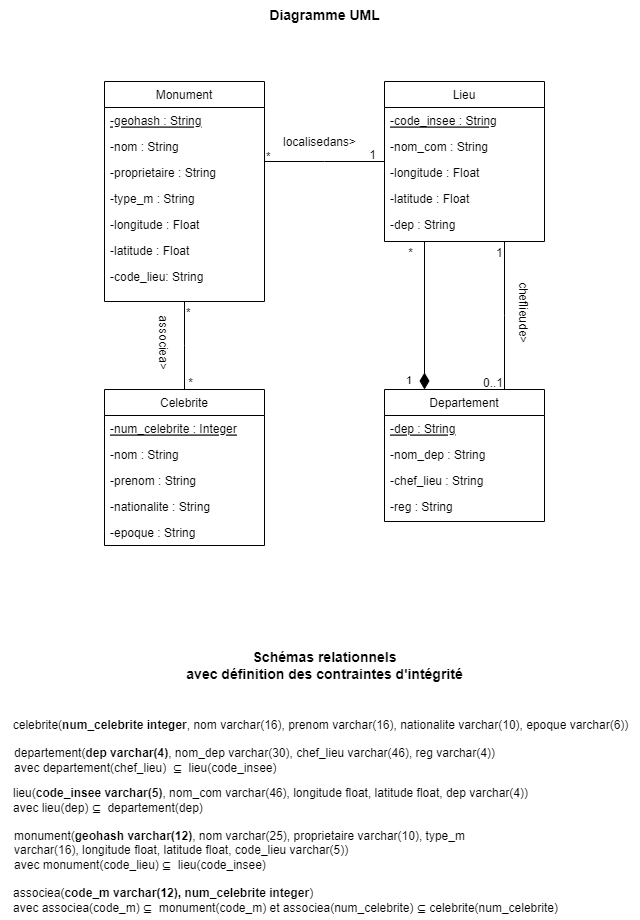
adrienm94/JavaEEProjetMonuments keeps this draw.io diagram as diagramme_de_classes_UML.drawio.png. Above is the earlier version. Source tidied: cells renumbered, new cells last; positions are measured from the earlier drawing's top-left corner, leaving out a move shared by most shapes. Source of this version:
```xml
<mxGraphModel>
  <root>
    <mxCell id="0" />
    <mxCell id="1" parent="0" />
    <mxCell id="2" value="Monument" style="swimlane;fontStyle=0;align=center;verticalAlign=top;horizontal=1;startSize=26;rounded=0;shadow=0;strokeWidth=1;" parent="1" vertex="1">
      <mxGeometry x="104" y="81" width="160" height="220" as="geometry" />
    </mxCell>
    <mxCell id="3" value="-geohash : String" style="text;align=left;verticalAlign=top;spacingLeft=4;spacingRight=4;overflow=hidden;fontStyle=4;" parent="2" vertex="1">
      <mxGeometry y="26" width="160" height="26" as="geometry" />
    </mxCell>
    <mxCell id="4" value="-nom : String" style="text;align=left;verticalAlign=top;spacingLeft=4;spacingRight=4;overflow=hidden;" parent="2" vertex="1">
      <mxGeometry y="52" width="160" height="26" as="geometry" />
    </mxCell>
    <mxCell id="5" value="-proprietaire : String" style="text;align=left;verticalAlign=top;spacingLeft=4;spacingRight=4;overflow=hidden;" parent="2" vertex="1">
      <mxGeometry y="78" width="160" height="26" as="geometry" />
    </mxCell>
    <mxCell id="6" value="-type_m : String" style="text;align=left;verticalAlign=top;spacingLeft=4;spacingRight=4;overflow=hidden;" parent="2" vertex="1">
      <mxGeometry y="104" width="160" height="26" as="geometry" />
    </mxCell>
    <mxCell id="7" value="-longitude : Float" style="text;align=left;verticalAlign=top;spacingLeft=4;spacingRight=4;overflow=hidden;" parent="2" vertex="1">
      <mxGeometry y="130" width="160" height="26" as="geometry" />
    </mxCell>
    <mxCell id="8" value="-latitude : Float" style="text;align=left;verticalAlign=top;spacingLeft=4;spacingRight=4;overflow=hidden;" parent="2" vertex="1">
      <mxGeometry y="156" width="160" height="26" as="geometry" />
    </mxCell>
    <mxCell id="9" value="-code_lieu: String" style="text;align=left;verticalAlign=top;spacingLeft=4;spacingRight=4;overflow=hidden;" parent="2" vertex="1">
      <mxGeometry y="182" width="160" height="38" as="geometry" />
    </mxCell>
    <mxCell id="10" value="Celebrite" style="swimlane;fontStyle=0;align=center;verticalAlign=top;horizontal=1;startSize=26;rounded=0;shadow=0;strokeWidth=1;" parent="1" vertex="1">
      <mxGeometry x="104" y="389" width="160" height="156" as="geometry" />
    </mxCell>
    <mxCell id="11" value="-num_celebrite : Integer" style="text;align=left;verticalAlign=top;spacingLeft=4;spacingRight=4;overflow=hidden;fontStyle=4;" parent="10" vertex="1">
      <mxGeometry y="26" width="160" height="26" as="geometry" />
    </mxCell>
    <mxCell id="12" value="-nom : String" style="text;align=left;verticalAlign=top;spacingLeft=4;spacingRight=4;overflow=hidden;rounded=0;shadow=0;html=0;" parent="10" vertex="1">
      <mxGeometry y="52" width="160" height="26" as="geometry" />
    </mxCell>
    <mxCell id="13" value="-prenom : String" style="text;align=left;verticalAlign=top;spacingLeft=4;spacingRight=4;overflow=hidden;rounded=0;shadow=0;html=0;" parent="10" vertex="1">
      <mxGeometry y="78" width="160" height="26" as="geometry" />
    </mxCell>
    <mxCell id="14" value="-nationalite : String" style="text;align=left;verticalAlign=top;spacingLeft=4;spacingRight=4;overflow=hidden;rounded=0;shadow=0;html=0;" parent="10" vertex="1">
      <mxGeometry y="104" width="160" height="26" as="geometry" />
    </mxCell>
    <mxCell id="15" value="-epoque : String" style="text;align=left;verticalAlign=top;spacingLeft=4;spacingRight=4;overflow=hidden;rounded=0;shadow=0;html=0;" parent="10" vertex="1">
      <mxGeometry y="130" width="160" height="26" as="geometry" />
    </mxCell>
    <mxCell id="16" value="Departement" style="swimlane;fontStyle=0;align=center;verticalAlign=top;horizontal=1;startSize=26;rounded=0;shadow=0;strokeWidth=1;" parent="1" vertex="1">
      <mxGeometry x="384" y="389" width="160" height="132" as="geometry" />
    </mxCell>
    <mxCell id="17" value="-dep : String" style="text;align=left;verticalAlign=top;spacingLeft=4;spacingRight=4;overflow=hidden;fontStyle=4;" parent="16" vertex="1">
      <mxGeometry y="26" width="160" height="26" as="geometry" />
    </mxCell>
    <mxCell id="18" value="-nom_dep : String" style="text;align=left;verticalAlign=top;spacingLeft=4;spacingRight=4;overflow=hidden;rounded=0;shadow=0;html=0;" parent="16" vertex="1">
      <mxGeometry y="52" width="160" height="26" as="geometry" />
    </mxCell>
    <mxCell id="19" value="-chef_lieu : String" style="text;align=left;verticalAlign=top;spacingLeft=4;spacingRight=4;overflow=hidden;rounded=0;shadow=0;html=0;" parent="16" vertex="1">
      <mxGeometry y="78" width="160" height="26" as="geometry" />
    </mxCell>
    <mxCell id="20" value="-reg : String" style="text;align=left;verticalAlign=top;spacingLeft=4;spacingRight=4;overflow=hidden;rounded=0;shadow=0;html=0;" parent="16" vertex="1">
      <mxGeometry y="104" width="160" height="26" as="geometry" />
    </mxCell>
    <mxCell id="21" value="Lieu" style="swimlane;fontStyle=0;align=center;verticalAlign=top;horizontal=1;startSize=26;rounded=0;shadow=0;strokeWidth=1;" parent="1" vertex="1">
      <mxGeometry x="384" y="81" width="160" height="160" as="geometry" />
    </mxCell>
    <mxCell id="22" value="-code_insee : String" style="text;align=left;verticalAlign=top;spacingLeft=4;spacingRight=4;overflow=hidden;fontStyle=4;" parent="21" vertex="1">
      <mxGeometry y="26" width="160" height="26" as="geometry" />
    </mxCell>
    <mxCell id="23" value="-nom_com : String " style="text;align=left;verticalAlign=top;spacingLeft=4;spacingRight=4;overflow=hidden;rounded=0;shadow=0;html=0;" parent="21" vertex="1">
      <mxGeometry y="52" width="160" height="26" as="geometry" />
    </mxCell>
    <mxCell id="24" value="-longitude : Float" style="text;align=left;verticalAlign=top;spacingLeft=4;spacingRight=4;overflow=hidden;rounded=0;shadow=0;html=0;" parent="21" vertex="1">
      <mxGeometry y="78" width="160" height="26" as="geometry" />
    </mxCell>
    <mxCell id="25" value="-latitude : Float" style="text;align=left;verticalAlign=top;spacingLeft=4;spacingRight=4;overflow=hidden;rounded=0;shadow=0;html=0;" parent="21" vertex="1">
      <mxGeometry y="104" width="160" height="26" as="geometry" />
    </mxCell>
    <mxCell id="26" value="-dep : String" style="text;align=left;verticalAlign=top;spacingLeft=4;spacingRight=4;overflow=hidden;rounded=0;shadow=0;html=0;" parent="21" vertex="1">
      <mxGeometry y="130" width="160" height="26" as="geometry" />
    </mxCell>
    <mxCell id="27" style="endArrow=none;shadow=0;strokeWidth=1;rounded=0;endFill=0;edgeStyle=elbowEdgeStyle;elbow=vertical;" parent="1" edge="1" source="2" target="21">
      <mxGeometry x="0.5" y="41" relative="1" as="geometry">
        <mxPoint x="-40" y="32" as="offset" />
      </mxGeometry>
    </mxCell>
    <mxCell id="28" value="*" style="align=left;verticalAlign=bottom;labelBackgroundColor=none;fontSize=12;" parent="27" vertex="1">
      <mxGeometry x="-1" relative="1" as="geometry">
        <mxPoint y="4" as="offset" />
      </mxGeometry>
    </mxCell>
    <mxCell id="29" value="1" style="align=right;verticalAlign=bottom;labelBackgroundColor=none;fontSize=12;" parent="27" vertex="1">
      <mxGeometry x="1" relative="1" as="geometry">
        <mxPoint x="-7" y="2" as="offset" />
      </mxGeometry>
    </mxCell>
    <mxCell id="30" value="localisedans&amp;gt;" style="text;html=1;align=center;verticalAlign=middle;labelBackgroundColor=none;rounded=0;shadow=0;strokeWidth=1;fontSize=12;" parent="27" vertex="1">
      <mxGeometry x="0.5" y="49" relative="1" as="geometry">
        <mxPoint x="-36" y="29" as="offset" />
      </mxGeometry>
    </mxCell>
    <mxCell id="31" value="associea&amp;gt;" style="text;html=1;align=center;verticalAlign=middle;labelBackgroundColor=none;rounded=0;shadow=0;strokeWidth=1;fontSize=12;rotation=90;" parent="27" vertex="1">
      <mxGeometry x="0.5" y="49" relative="1" as="geometry">
        <mxPoint x="-190" y="229" as="offset" />
      </mxGeometry>
    </mxCell>
    <mxCell id="32" value="*" style="align=right;verticalAlign=bottom;labelBackgroundColor=none;fontSize=12;" parent="27" vertex="1">
      <mxGeometry x="1" relative="1" as="geometry">
        <mxPoint x="30" y="100" as="offset" />
      </mxGeometry>
    </mxCell>
    <mxCell id="33" style="endArrow=none;shadow=0;strokeWidth=1;rounded=0;endFill=0;edgeStyle=elbowEdgeStyle;elbow=vertical;" parent="1" edge="1" source="2" target="10">
      <mxGeometry x="0.5" y="41" relative="1" as="geometry">
        <mxPoint x="-40" y="32" as="offset" />
      </mxGeometry>
    </mxCell>
    <mxCell id="34" value="*" style="align=left;verticalAlign=bottom;labelBackgroundColor=none;fontSize=12;" parent="33" vertex="1">
      <mxGeometry x="-1" relative="1" as="geometry">
        <mxPoint y="20" as="offset" />
      </mxGeometry>
    </mxCell>
    <mxCell id="35" value="*" style="align=right;verticalAlign=bottom;labelBackgroundColor=none;fontSize=12;" parent="33" vertex="1">
      <mxGeometry x="1" relative="1" as="geometry">
        <mxPoint x="10" y="2" as="offset" />
      </mxGeometry>
    </mxCell>
    <mxCell id="36" style="endArrow=none;shadow=0;strokeWidth=1;rounded=0;endFill=0;edgeStyle=elbowEdgeStyle;elbow=vertical;entryX=0.75;entryY=0;entryDx=0;entryDy=0;exitX=0.75;exitY=1;exitDx=0;exitDy=0;" parent="1" edge="1" source="21" target="16">
      <mxGeometry x="0.5" y="41" relative="1" as="geometry">
        <mxPoint x="-40" y="32" as="offset" />
      </mxGeometry>
    </mxCell>
    <mxCell id="37" value="1" style="align=left;verticalAlign=bottom;labelBackgroundColor=none;fontSize=12;" parent="36" vertex="1">
      <mxGeometry x="-1" relative="1" as="geometry">
        <mxPoint x="-10" y="20" as="offset" />
      </mxGeometry>
    </mxCell>
    <mxCell id="38" value="0..1" style="align=right;verticalAlign=bottom;labelBackgroundColor=none;fontSize=12;" parent="36" vertex="1">
      <mxGeometry x="1" relative="1" as="geometry">
        <mxPoint y="2" as="offset" />
      </mxGeometry>
    </mxCell>
    <mxCell id="39" value="cheflieude&amp;gt;" style="text;html=1;align=center;verticalAlign=middle;labelBackgroundColor=none;rounded=0;shadow=0;strokeWidth=1;fontSize=12;rotation=90;" parent="36" vertex="1">
      <mxGeometry x="0.5" y="49" relative="1" as="geometry">
        <mxPoint x="-29" y="-41" as="offset" />
      </mxGeometry>
    </mxCell>
    <mxCell id="40" value="1" style="endArrow=none;html=1;endSize=12;startArrow=diamondThin;startSize=14;startFill=1;edgeStyle=orthogonalEdgeStyle;align=left;verticalAlign=bottom;rounded=0;exitX=0.25;exitY=0;exitDx=0;exitDy=0;entryX=0.25;entryY=1;entryDx=0;entryDy=0;endFill=0;" parent="1" edge="1" source="16" target="21">
      <mxGeometry x="-1" y="20" relative="1" as="geometry" />
    </mxCell>
    <mxCell id="41" value="celebrite(&lt;b&gt;num_celebrite integer&lt;/b&gt;, nom varchar(16), prenom varchar(16), nationalite varchar(10), epoque varchar(6))" style="text;html=1;align=center;verticalAlign=middle;strokeColor=none;fillColor=none;" parent="1" vertex="1">
      <mxGeometry y="710" width="640" height="30" as="geometry" />
    </mxCell>
    <mxCell id="42" value="&lt;font style=&quot;font-size: 12px;&quot;&gt;departement(&lt;b&gt;dep varchar(4)&lt;/b&gt;, nom_dep varchar(30), chef_lieu varchar(46), reg varchar(4))&lt;br&gt;&lt;div style=&quot;text-align: left;&quot;&gt;&lt;span style=&quot;background-color: rgb(255, 255, 255);&quot;&gt;avec departement(chef_lieu)&amp;nbsp; ⊆&amp;nbsp; lieu(code_insee)&lt;/span&gt;&lt;/div&gt;&lt;/font&gt;" style="text;html=1;align=center;verticalAlign=middle;strokeColor=none;fillColor=none;" parent="1" vertex="1">
      <mxGeometry x="4" y="740" width="500" height="40" as="geometry" />
    </mxCell>
    <mxCell id="43" value="&lt;div style=&quot;text-align: left;&quot;&gt;lieu(&lt;b&gt;code_insee varchar(5)&lt;/b&gt;, nom_com varchar(46), longitude float, latitude float, dep varchar(4))&lt;/div&gt;&lt;font style=&quot;font-size: 12px;&quot;&gt;&lt;div style=&quot;text-align: left;&quot;&gt;&lt;span style=&quot;background-color: rgb(255, 255, 255);&quot;&gt;avec lieu(dep)&amp;nbsp;⊆&amp;nbsp; departement(dep)&lt;/span&gt;&lt;/div&gt;&lt;/font&gt;" style="text;html=1;align=center;verticalAlign=middle;strokeColor=none;fillColor=none;" parent="1" vertex="1">
      <mxGeometry y="780" width="540" height="40" as="geometry" />
    </mxCell>
    <mxCell id="44" value="&lt;div style=&quot;text-align: left;&quot;&gt;monument(&lt;b&gt;geohash&amp;nbsp;varchar(12)&lt;/b&gt;, nom varchar(25), proprietaire varchar(10), type_m&lt;br style=&quot;border-color: var(--border-color); padding: 0px; margin: 0px; text-align: center;&quot;&gt;&lt;span style=&quot;text-align: center; background-color: rgb(255, 255, 255);&quot;&gt;varchar(16), longitude float, latitude float, code_lieu varchar(5))&lt;/span&gt;&lt;br style=&quot;border-color: var(--border-color); padding: 0px; margin: 0px; text-align: center;&quot;&gt;&lt;span style=&quot;text-align: center; background-color: rgb(255, 255, 255);&quot;&gt;avec monument(code_lieu)&amp;nbsp;⊆&amp;nbsp; lieu(code_insee)&lt;/span&gt;&lt;br style=&quot;border-color: var(--border-color); padding: 0px; margin: 0px; font-size: 13px; text-align: center;&quot;&gt;&lt;/div&gt;" style="text;html=1;align=center;verticalAlign=middle;strokeColor=none;fillColor=none;" parent="1" vertex="1">
      <mxGeometry x="4" y="820" width="470" height="60" as="geometry" />
    </mxCell>
    <mxCell id="45" value="&lt;div style=&quot;text-align: left;&quot;&gt;associea(&lt;b&gt;code_m varchar(12), num_celebrite integer&lt;/b&gt;)&lt;br style=&quot;border-color: var(--border-color); padding: 0px; margin: 0px; text-align: center;&quot;&gt;&lt;span style=&quot;text-align: center; background-color: rgb(255, 255, 255);&quot;&gt;avec associea(code_m)&amp;nbsp;⊆&amp;nbsp; monument(code_m) et associea(num_celebrite)&amp;nbsp;&lt;/span&gt;⊆&amp;nbsp;&lt;span style=&quot;text-align: center; background-color: rgb(255, 255, 255);&quot;&gt;celebrite(num_celebrite)&lt;/span&gt;&lt;br style=&quot;border-color: var(--border-color); padding: 0px; margin: 0px; font-size: 13px; text-align: center;&quot;&gt;&lt;/div&gt;" style="text;html=1;align=center;verticalAlign=middle;strokeColor=none;fillColor=none;" parent="1" vertex="1">
      <mxGeometry y="880" width="570" height="40" as="geometry" />
    </mxCell>
    <mxCell id="46" value="&lt;font style=&quot;font-size: 14px;&quot;&gt;&lt;b&gt;Schémas relationnels&lt;br&gt;avec définition des contraintes d'intégrité&lt;/b&gt;&lt;/font&gt;" style="text;html=1;align=center;verticalAlign=middle;strokeColor=none;fillColor=none;" parent="1" vertex="1">
      <mxGeometry x="174" y="640" width="300" height="50" as="geometry" />
    </mxCell>
    <mxCell id="47" value="&lt;span style=&quot;font-size: 14px;&quot;&gt;&lt;b&gt;Diagramme UML&lt;/b&gt;&lt;/span&gt;" style="text;html=1;align=center;verticalAlign=middle;strokeColor=none;fillColor=none;" parent="1" vertex="1">
      <mxGeometry x="259" width="130" height="30" as="geometry" />
    </mxCell>
  </root>
</mxGraphModel>
```
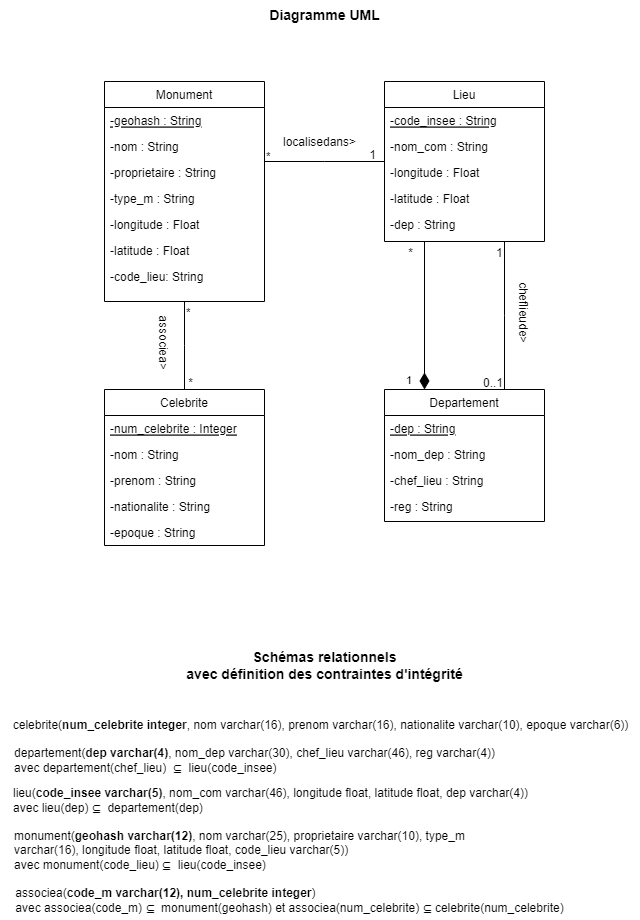
After the commit.

The edit, as a diff of the source:
```diff
@@ -157,8 +157,8 @@
     <mxCell id="44" value="&lt;div style=&quot;text-align: left;&quot;&gt;monument(&lt;b&gt;geohash&amp;nbsp;varchar(12)&lt;/b&gt;, nom varchar(25), proprietaire varchar(10), type_m&lt;br style=&quot;border-color: var(--border-color); padding: 0px; margin: 0px; text-align: center;&quot;&gt;&lt;span style=&quot;text-align: center; background-color: rgb(255, 255, 255);&quot;&gt;varchar(16), longitude float, latitude float, code_lieu varchar(5))&lt;/span&gt;&lt;br style=&quot;border-color: var(--border-color); padding: 0px; margin: 0px; text-align: center;&quot;&gt;&lt;span style=&quot;text-align: center; background-color: rgb(255, 255, 255);&quot;&gt;avec monument(code_lieu)&amp;nbsp;⊆&amp;nbsp; lieu(code_insee)&lt;/span&gt;&lt;br style=&quot;border-color: var(--border-color); padding: 0px; margin: 0px; font-size: 13px; text-align: center;&quot;&gt;&lt;/div&gt;" style="text;html=1;align=center;verticalAlign=middle;strokeColor=none;fillColor=none;" parent="1" vertex="1">
       <mxGeometry x="4" y="820" width="470" height="60" as="geometry" />
     </mxCell>
-    <mxCell id="45" value="&lt;div style=&quot;text-align: left;&quot;&gt;associea(&lt;b&gt;code_m varchar(12), num_celebrite integer&lt;/b&gt;)&lt;br style=&quot;border-color: var(--border-color); padding: 0px; margin: 0px; text-align: center;&quot;&gt;&lt;span style=&quot;text-align: center; background-color: rgb(255, 255, 255);&quot;&gt;avec associea(code_m)&amp;nbsp;⊆&amp;nbsp; monument(code_m) et associea(num_celebrite)&amp;nbsp;&lt;/span&gt;⊆&amp;nbsp;&lt;span style=&quot;text-align: center; background-color: rgb(255, 255, 255);&quot;&gt;celebrite(num_celebrite)&lt;/span&gt;&lt;br style=&quot;border-color: var(--border-color); padding: 0px; margin: 0px; font-size: 13px; text-align: center;&quot;&gt;&lt;/div&gt;" style="text;html=1;align=center;verticalAlign=middle;strokeColor=none;fillColor=none;" parent="1" vertex="1">
-      <mxGeometry y="880" width="570" height="40" as="geometry" />
+    <mxCell id="45" value="&lt;div style=&quot;text-align: left;&quot;&gt;associea(&lt;b&gt;code_m varchar(12), num_celebrite integer&lt;/b&gt;)&lt;br style=&quot;border-color: var(--border-color); padding: 0px; margin: 0px; text-align: center;&quot;&gt;&lt;span style=&quot;text-align: center; background-color: rgb(255, 255, 255);&quot;&gt;avec associea(code_m)&amp;nbsp;⊆&amp;nbsp; monument(geohash) et associea(num_celebrite)&amp;nbsp;&lt;/span&gt;⊆&amp;nbsp;&lt;span style=&quot;text-align: center; background-color: rgb(255, 255, 255);&quot;&gt;celebrite(num_celebrite)&lt;/span&gt;&lt;br style=&quot;border-color: var(--border-color); padding: 0px; margin: 0px; font-size: 13px; text-align: center;&quot;&gt;&lt;/div&gt;" style="text;html=1;align=center;verticalAlign=middle;strokeColor=none;fillColor=none;" parent="1" vertex="1">
+      <mxGeometry x="4" y="880" width="570" height="40" as="geometry" />
     </mxCell>
     <mxCell id="46" value="&lt;font style=&quot;font-size: 14px;&quot;&gt;&lt;b&gt;Schémas relationnels&lt;br&gt;avec définition des contraintes d'intégrité&lt;/b&gt;&lt;/font&gt;" style="text;html=1;align=center;verticalAlign=middle;strokeColor=none;fillColor=none;" parent="1" vertex="1">
       <mxGeometry x="174" y="640" width="300" height="50" as="geometry" />
```
